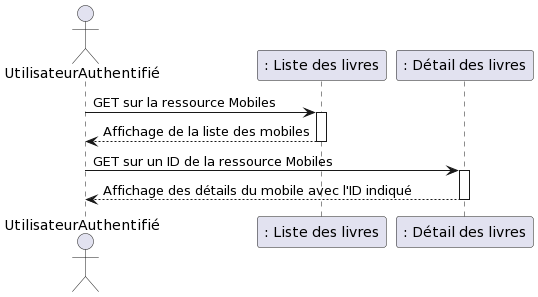
Before: diagrams/diagramme de séquence lire les détails d'un mobile.png, a diagram exported from PlantUML (Meline-Mira/BileMo).
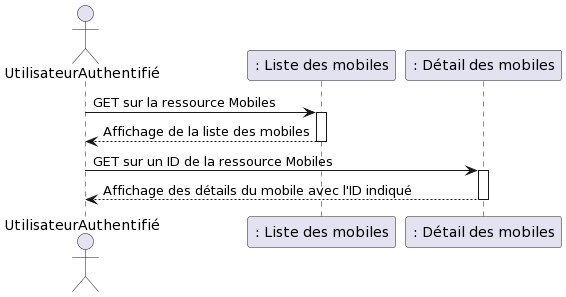
After the commit.

Commit message:
correction of a diagram

Change to the diagram source:
```diff
@@ -1,8 +1,8 @@
 @startuml
 actor UtilisateurAuthentifié
 
-participant ": Liste des livres" as A
-participant ": Détail des livres" as B
+participant ": Liste des mobiles" as A
+participant ": Détail des mobiles" as B
 
 UtilisateurAuthentifié -> A: GET sur la ressource Mobiles
 activate A
```
